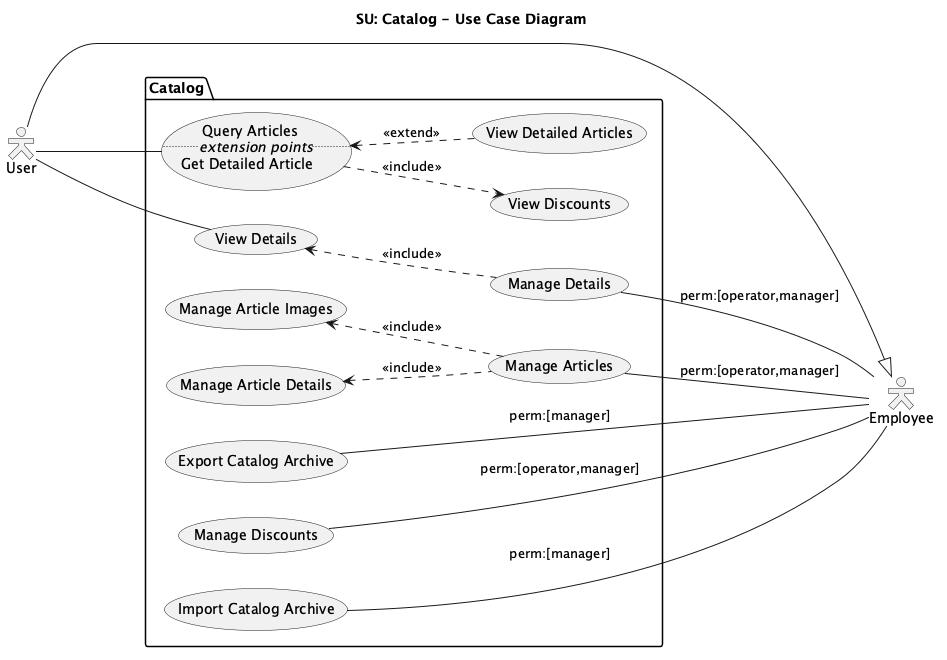
Above: docs/diagrams/exports/use-case-catalog.png in draganovik/matterway (PlantUML), before the change.
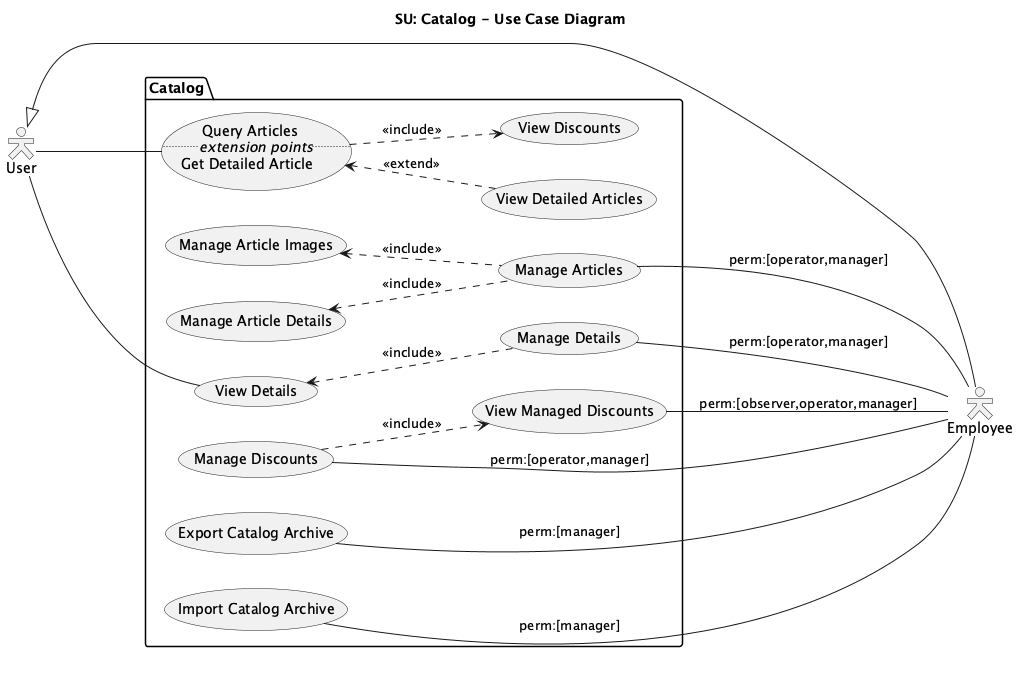
After the change.

Diff of the diagram source:
```diff
@@ -7,7 +7,7 @@
 actor user as "User"
 actor empl as "Employee"
 
-user --|> empl
+user <|-- empl
 
 package "Catalog" {
   usecase viewDetailedArticles as "View Detailed Articles"
@@ -22,6 +22,8 @@
   usecase manageArticleDetails as "Manage Article Details"
   usecase manageArticleImages as "Manage Article Images"
   usecase manageDiscounts as "Manage Discounts"
+  usecase viewManagedDiscounts as "View Managed Discounts"
+  manageDiscounts ..> viewManagedDiscounts : <<include>>
   manageArticleDetails <.. manageArticles : <<include>>
   manageArticleImages <.. manageArticles : <<include>>
 
@@ -37,6 +39,7 @@
 user --- viewDetails
 
 manageArticles -- empl : perm:[operator,manager]
+viewManagedDiscounts -- empl : perm:[observer,operator,manager]
 manageDiscounts -- empl : perm:[operator,manager]
 manageDetails -- empl : perm:[operator,manager]
 importCatalogArchive -- empl : perm:[manager]
```
